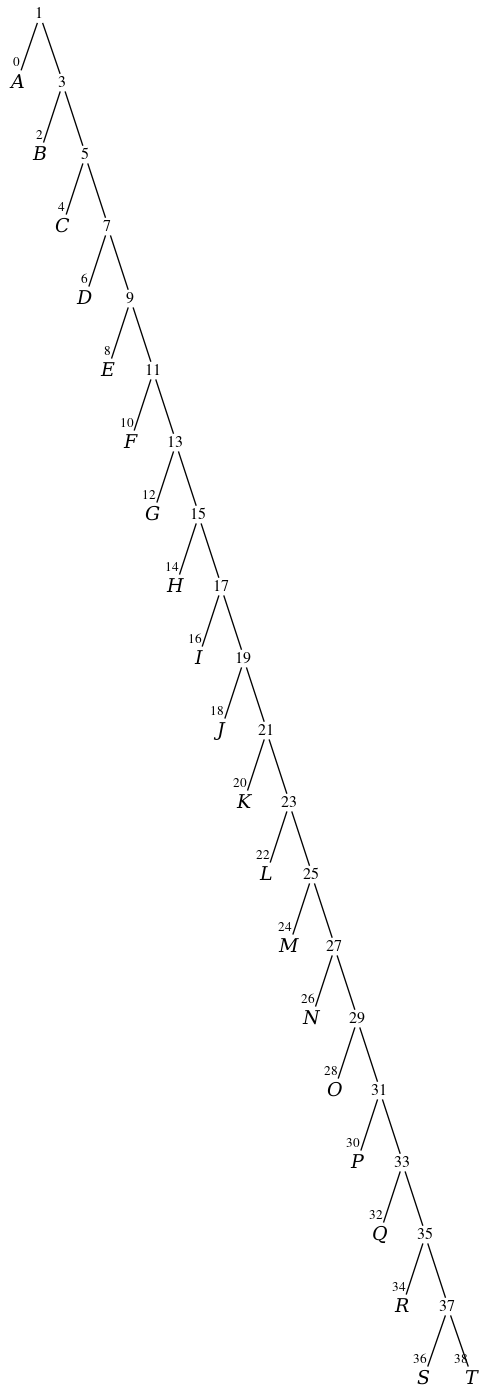
Before: output/vtree1.dot.png, a diagram exported from Graphviz (GijsVliegen/thesis). Its source is kept beside it as output/vtree1.dot. Source of this version:
```dot
digraph vtree {

overlap=false

n1 [label="1",fontname="Times",shape="plaintext",fontsize=12,fixedsize=true,width=.2,height=.18];
n0 [label="A",fontname="Times-Italic",fontsize=14,shape="plaintext",fixedsize=true,width=.25,height=.25];
n3 [label="3",fontname="Times",shape="plaintext",fontsize=12,fixedsize=true,width=.2,height=.18];
n2 [label="B",fontname="Times-Italic",fontsize=14,shape="plaintext",fixedsize=true,width=.25,height=.25];
n5 [label="5",fontname="Times",shape="plaintext",fontsize=12,fixedsize=true,width=.2,height=.18];
n4 [label="C",fontname="Times-Italic",fontsize=14,shape="plaintext",fixedsize=true,width=.25,height=.25];
n7 [label="7",fontname="Times",shape="plaintext",fontsize=12,fixedsize=true,width=.2,height=.18];
n6 [label="D",fontname="Times-Italic",fontsize=14,shape="plaintext",fixedsize=true,width=.25,height=.25];
n9 [label="9",fontname="Times",shape="plaintext",fontsize=12,fixedsize=true,width=.2,height=.18];
n8 [label="E",fontname="Times-Italic",fontsize=14,shape="plaintext",fixedsize=true,width=.25,height=.25];
n11 [label="11",fontname="Times",shape="plaintext",fontsize=12,fixedsize=true,width=.2,height=.18];
n10 [label="F",fontname="Times-Italic",fontsize=14,shape="plaintext",fixedsize=true,width=.25,height=.25];
n13 [label="13",fontname="Times",shape="plaintext",fontsize=12,fixedsize=true,width=.2,height=.18];
n12 [label="G",fontname="Times-Italic",fontsize=14,shape="plaintext",fixedsize=true,width=.25,height=.25];
n15 [label="15",fontname="Times",shape="plaintext",fontsize=12,fixedsize=true,width=.2,height=.18];
n14 [label="H",fontname="Times-Italic",fontsize=14,shape="plaintext",fixedsize=true,width=.25,height=.25];
n17 [label="17",fontname="Times",shape="plaintext",fontsize=12,fixedsize=true,width=.2,height=.18];
n16 [label="I",fontname="Times-Italic",fontsize=14,shape="plaintext",fixedsize=true,width=.25,height=.25];
n19 [label="19",fontname="Times",shape="plaintext",fontsize=12,fixedsize=true,width=.2,height=.18];
n18 [label="J",fontname="Times-Italic",fontsize=14,shape="plaintext",fixedsize=true,width=.25,height=.25];
n21 [label="21",fontname="Times",shape="plaintext",fontsize=12,fixedsize=true,width=.2,height=.18];
n20 [label="K",fontname="Times-Italic",fontsize=14,shape="plaintext",fixedsize=true,width=.25,height=.25];
n23 [label="23",fontname="Times",shape="plaintext",fontsize=12,fixedsize=true,width=.2,height=.18];
n22 [label="L",fontname="Times-Italic",fontsize=14,shape="plaintext",fixedsize=true,width=.25,height=.25];
n25 [label="25",fontname="Times",shape="plaintext",fontsize=12,fixedsize=true,width=.2,height=.18];
n24 [label="M",fontname="Times-Italic",fontsize=14,shape="plaintext",fixedsize=true,width=.25,height=.25];
n27 [label="27",fontname="Times",shape="plaintext",fontsize=12,fixedsize=true,width=.2,height=.18];
n26 [label="N",fontname="Times-Italic",fontsize=14,shape="plaintext",fixedsize=true,width=.25,height=.25];
n29 [label="29",fontname="Times",shape="plaintext",fontsize=12,fixedsize=true,width=.2,height=.18];
n28 [label="O",fontname="Times-Italic",fontsize=14,shape="plaintext",fixedsize=true,width=.25,height=.25];
n31 [label="31",fontname="Times",shape="plaintext",fontsize=12,fixedsize=true,width=.2,height=.18];
n30 [label="P",fontname="Times-Italic",fontsize=14,shape="plaintext",fixedsize=true,width=.25,height=.25];
n33 [label="33",fontname="Times",shape="plaintext",fontsize=12,fixedsize=true,width=.2,height=.18];
n32 [label="Q",fontname="Times-Italic",fontsize=14,shape="plaintext",fixedsize=true,width=.25,height=.25];
n35 [label="35",fontname="Times",shape="plaintext",fontsize=12,fixedsize=true,width=.2,height=.18];
n34 [label="R",fontname="Times-Italic",fontsize=14,shape="plaintext",fixedsize=true,width=.25,height=.25];
n37 [label="37",fontname="Times",shape="plaintext",fontsize=12,fixedsize=true,width=.2,height=.18];
n36 [label="S",fontname="Times-Italic",fontsize=14,shape="plaintext",fixedsize=true,width=.25,height=.25];
n38 [label="T",fontname="Times-Italic",fontsize=14,shape="plaintext",fixedsize=true,width=.25,height=.25];
n1->n0 [headclip=true,arrowhead=none,headlabel="0",labelfontname="Times",labelfontsize=10];
n1->n3 [arrowhead=none];
n3->n2 [headclip=true,arrowhead=none,headlabel="2",labelfontname="Times",labelfontsize=10];
n3->n5 [arrowhead=none];
n5->n4 [headclip=true,arrowhead=none,headlabel="4",labelfontname="Times",labelfontsize=10];
n5->n7 [arrowhead=none];
n7->n6 [headclip=true,arrowhead=none,headlabel="6",labelfontname="Times",labelfontsize=10];
n7->n9 [arrowhead=none];
n9->n8 [headclip=true,arrowhead=none,headlabel="8",labelfontname="Times",labelfontsize=10];
n9->n11 [arrowhead=none];
n11->n10 [headclip=true,arrowhead=none,headlabel="10",labelfontname="Times",labelfontsize=10];
n11->n13 [arrowhead=none];
n13->n12 [headclip=true,arrowhead=none,headlabel="12",labelfontname="Times",labelfontsize=10];
n13->n15 [arrowhead=none];
n15->n14 [headclip=true,arrowhead=none,headlabel="14",labelfontname="Times",labelfontsize=10];
n15->n17 [arrowhead=none];
n17->n16 [headclip=true,arrowhead=none,headlabel="16",labelfontname="Times",labelfontsize=10];
n17->n19 [arrowhead=none];
n19->n18 [headclip=true,arrowhead=none,headlabel="18",labelfontname="Times",labelfontsize=10];
n19->n21 [arrowhead=none];
n21->n20 [headclip=true,arrowhead=none,headlabel="20",labelfontname="Times",labelfontsize=10];
n21->n23 [arrowhead=none];
n23->n22 [headclip=true,arrowhead=none,headlabel="22",labelfontname="Times",labelfontsize=10];
n23->n25 [arrowhead=none];
n25->n24 [headclip=true,arrowhead=none,headlabel="24",labelfontname="Times",labelfontsize=10];
n25->n27 [arrowhead=none];
n27->n26 [headclip=true,arrowhead=none,headlabel="26",labelfontname="Times",labelfontsize=10];
n27->n29 [arrowhead=none];
n29->n28 [headclip=true,arrowhead=none,headlabel="28",labelfontname="Times",labelfontsize=10];
n29->n31 [arrowhead=none];
n31->n30 [headclip=true,arrowhead=none,headlabel="30",labelfontname="Times",labelfontsize=10];
n31->n33 [arrowhead=none];
n33->n32 [headclip=true,arrowhead=none,headlabel="32",labelfontname="Times",labelfontsize=10];
n33->n35 [arrowhead=none];
n35->n34 [headclip=true,arrowhead=none,headlabel="34",labelfontname="Times",labelfontsize=10];
n35->n37 [arrowhead=none];
n37->n36 [headclip=true,arrowhead=none,headlabel="36",labelfontname="Times",labelfontsize=10];
n37->n38 [headclip=true,arrowhead=none,headlabel="38",labelfontname="Times",labelfontsize=10];


}
```
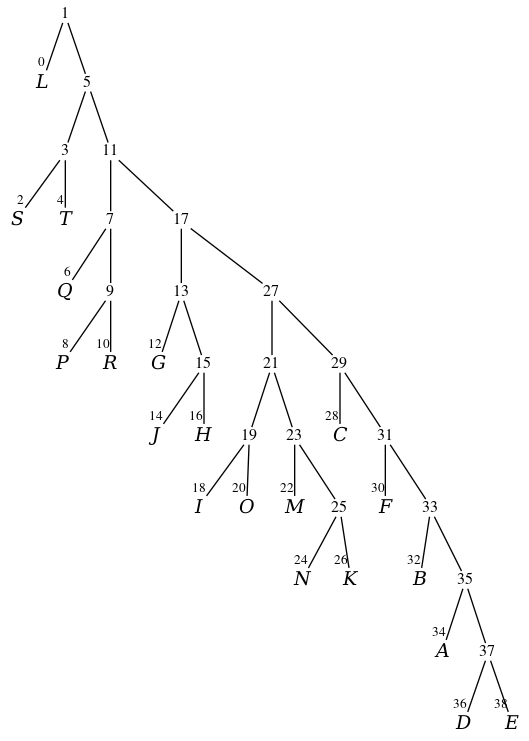
The same diagram one commit later.

The edit, as a diff of the source:
```diff
@@ -2,72 +2,72 @@
 
 overlap=false
 
+n3 [label="3",fontname="Times",shape="plaintext",fontsize=12,fixedsize=true,width=.2,height=.18];
 n1 [label="1",fontname="Times",shape="plaintext",fontsize=12,fixedsize=true,width=.2,height=.18];
 n0 [label="A",fontname="Times-Italic",fontsize=14,shape="plaintext",fixedsize=true,width=.25,height=.25];
-n3 [label="3",fontname="Times",shape="plaintext",fontsize=12,fixedsize=true,width=.2,height=.18];
 n2 [label="B",fontname="Times-Italic",fontsize=14,shape="plaintext",fixedsize=true,width=.25,height=.25];
+n9 [label="9",fontname="Times",shape="plaintext",fontsize=12,fixedsize=true,width=.2,height=.18];
 n5 [label="5",fontname="Times",shape="plaintext",fontsize=12,fixedsize=true,width=.2,height=.18];
-n4 [label="C",fontname="Times-Italic",fontsize=14,shape="plaintext",fixedsize=true,width=.25,height=.25];
+n4 [label="H",fontname="Times-Italic",fontsize=14,shape="plaintext",fixedsize=true,width=.25,height=.25];
 n7 [label="7",fontname="Times",shape="plaintext",fontsize=12,fixedsize=true,width=.2,height=.18];
-n6 [label="D",fontname="Times-Italic",fontsize=14,shape="plaintext",fixedsize=true,width=.25,height=.25];
-n9 [label="9",fontname="Times",shape="plaintext",fontsize=12,fixedsize=true,width=.2,height=.18];
-n8 [label="E",fontname="Times-Italic",fontsize=14,shape="plaintext",fixedsize=true,width=.25,height=.25];
+n6 [label="G",fontname="Times-Italic",fontsize=14,shape="plaintext",fixedsize=true,width=.25,height=.25];
+n8 [label="O",fontname="Times-Italic",fontsize=14,shape="plaintext",fixedsize=true,width=.25,height=.25];
+n15 [label="15",fontname="Times",shape="plaintext",fontsize=12,fixedsize=true,width=.2,height=.18];
 n11 [label="11",fontname="Times",shape="plaintext",fontsize=12,fixedsize=true,width=.2,height=.18];
-n10 [label="F",fontname="Times-Italic",fontsize=14,shape="plaintext",fixedsize=true,width=.25,height=.25];
+n10 [label="C",fontname="Times-Italic",fontsize=14,shape="plaintext",fixedsize=true,width=.25,height=.25];
 n13 [label="13",fontname="Times",shape="plaintext",fontsize=12,fixedsize=true,width=.2,height=.18];
-n12 [label="G",fontname="Times-Italic",fontsize=14,shape="plaintext",fixedsize=true,width=.25,height=.25];
-n15 [label="15",fontname="Times",shape="plaintext",fontsize=12,fixedsize=true,width=.2,height=.18];
-n14 [label="H",fontname="Times-Italic",fontsize=14,shape="plaintext",fixedsize=true,width=.25,height=.25];
+n12 [label="D",fontname="Times-Italic",fontsize=14,shape="plaintext",fixedsize=true,width=.25,height=.25];
+n14 [label="E",fontname="Times-Italic",fontsize=14,shape="plaintext",fixedsize=true,width=.25,height=.25];
+n21 [label="21",fontname="Times",shape="plaintext",fontsize=12,fixedsize=true,width=.2,height=.18];
 n17 [label="17",fontname="Times",shape="plaintext",fontsize=12,fixedsize=true,width=.2,height=.18];
-n16 [label="I",fontname="Times-Italic",fontsize=14,shape="plaintext",fixedsize=true,width=.25,height=.25];
+n16 [label="F",fontname="Times-Italic",fontsize=14,shape="plaintext",fixedsize=true,width=.25,height=.25];
 n19 [label="19",fontname="Times",shape="plaintext",fontsize=12,fixedsize=true,width=.2,height=.18];
-n18 [label="J",fontname="Times-Italic",fontsize=14,shape="plaintext",fixedsize=true,width=.25,height=.25];
-n21 [label="21",fontname="Times",shape="plaintext",fontsize=12,fixedsize=true,width=.2,height=.18];
-n20 [label="K",fontname="Times-Italic",fontsize=14,shape="plaintext",fixedsize=true,width=.25,height=.25];
+n18 [label="I",fontname="Times-Italic",fontsize=14,shape="plaintext",fixedsize=true,width=.25,height=.25];
+n20 [label="J",fontname="Times-Italic",fontsize=14,shape="plaintext",fixedsize=true,width=.25,height=.25];
 n23 [label="23",fontname="Times",shape="plaintext",fontsize=12,fixedsize=true,width=.2,height=.18];
-n22 [label="L",fontname="Times-Italic",fontsize=14,shape="plaintext",fixedsize=true,width=.25,height=.25];
+n22 [label="N",fontname="Times-Italic",fontsize=14,shape="plaintext",fixedsize=true,width=.25,height=.25];
+n27 [label="27",fontname="Times",shape="plaintext",fontsize=12,fixedsize=true,width=.2,height=.18];
 n25 [label="25",fontname="Times",shape="plaintext",fontsize=12,fixedsize=true,width=.2,height=.18];
-n24 [label="M",fontname="Times-Italic",fontsize=14,shape="plaintext",fixedsize=true,width=.25,height=.25];
-n27 [label="27",fontname="Times",shape="plaintext",fontsize=12,fixedsize=true,width=.2,height=.18];
-n26 [label="N",fontname="Times-Italic",fontsize=14,shape="plaintext",fixedsize=true,width=.25,height=.25];
+n24 [label="K",fontname="Times-Italic",fontsize=14,shape="plaintext",fixedsize=true,width=.25,height=.25];
+n26 [label="L",fontname="Times-Italic",fontsize=14,shape="plaintext",fixedsize=true,width=.25,height=.25];
 n29 [label="29",fontname="Times",shape="plaintext",fontsize=12,fixedsize=true,width=.2,height=.18];
-n28 [label="O",fontname="Times-Italic",fontsize=14,shape="plaintext",fixedsize=true,width=.25,height=.25];
+n28 [label="P",fontname="Times-Italic",fontsize=14,shape="plaintext",fixedsize=true,width=.25,height=.25];
 n31 [label="31",fontname="Times",shape="plaintext",fontsize=12,fixedsize=true,width=.2,height=.18];
-n30 [label="P",fontname="Times-Italic",fontsize=14,shape="plaintext",fixedsize=true,width=.25,height=.25];
+n30 [label="M",fontname="Times-Italic",fontsize=14,shape="plaintext",fixedsize=true,width=.25,height=.25];
 n33 [label="33",fontname="Times",shape="plaintext",fontsize=12,fixedsize=true,width=.2,height=.18];
-n32 [label="Q",fontname="Times-Italic",fontsize=14,shape="plaintext",fixedsize=true,width=.25,height=.25];
+n32 [label="S",fontname="Times-Italic",fontsize=14,shape="plaintext",fixedsize=true,width=.25,height=.25];
 n35 [label="35",fontname="Times",shape="plaintext",fontsize=12,fixedsize=true,width=.2,height=.18];
-n34 [label="R",fontname="Times-Italic",fontsize=14,shape="plaintext",fixedsize=true,width=.25,height=.25];
+n34 [label="Q",fontname="Times-Italic",fontsize=14,shape="plaintext",fixedsize=true,width=.25,height=.25];
 n37 [label="37",fontname="Times",shape="plaintext",fontsize=12,fixedsize=true,width=.2,height=.18];
-n36 [label="S",fontname="Times-Italic",fontsize=14,shape="plaintext",fixedsize=true,width=.25,height=.25];
+n36 [label="R",fontname="Times-Italic",fontsize=14,shape="plaintext",fixedsize=true,width=.25,height=.25];
 n38 [label="T",fontname="Times-Italic",fontsize=14,shape="plaintext",fixedsize=true,width=.25,height=.25];
+n3->n1 [arrowhead=none];
 n1->n0 [headclip=true,arrowhead=none,headlabel="0",labelfontname="Times",labelfontsize=10];
-n1->n3 [arrowhead=none];
-n3->n2 [headclip=true,arrowhead=none,headlabel="2",labelfontname="Times",labelfontsize=10];
-n3->n5 [arrowhead=none];
+n1->n2 [headclip=true,arrowhead=none,headlabel="2",labelfontname="Times",labelfontsize=10];
+n3->n9 [arrowhead=none];
+n9->n5 [arrowhead=none];
 n5->n4 [headclip=true,arrowhead=none,headlabel="4",labelfontname="Times",labelfontsize=10];
 n5->n7 [arrowhead=none];
 n7->n6 [headclip=true,arrowhead=none,headlabel="6",labelfontname="Times",labelfontsize=10];
-n7->n9 [arrowhead=none];
-n9->n8 [headclip=true,arrowhead=none,headlabel="8",labelfontname="Times",labelfontsize=10];
-n9->n11 [arrowhead=none];
+n7->n8 [headclip=true,arrowhead=none,headlabel="8",labelfontname="Times",labelfontsize=10];
+n9->n15 [arrowhead=none];
+n15->n11 [arrowhead=none];
 n11->n10 [headclip=true,arrowhead=none,headlabel="10",labelfontname="Times",labelfontsize=10];
 n11->n13 [arrowhead=none];
 n13->n12 [headclip=true,arrowhead=none,headlabel="12",labelfontname="Times",labelfontsize=10];
-n13->n15 [arrowhead=none];
-n15->n14 [headclip=true,arrowhead=none,headlabel="14",labelfontname="Times",labelfontsize=10];
-n15->n17 [arrowhead=none];
+n13->n14 [headclip=true,arrowhead=none,headlabel="14",labelfontname="Times",labelfontsize=10];
+n15->n21 [arrowhead=none];
+n21->n17 [arrowhead=none];
 n17->n16 [headclip=true,arrowhead=none,headlabel="16",labelfontname="Times",labelfontsize=10];
 n17->n19 [arrowhead=none];
 n19->n18 [headclip=true,arrowhead=none,headlabel="18",labelfontname="Times",labelfontsize=10];
-n19->n21 [arrowhead=none];
-n21->n20 [headclip=true,arrowhead=none,headlabel="20",labelfontname="Times",labelfontsize=10];
+n19->n20 [headclip=true,arrowhead=none,headlabel="20",labelfontname="Times",labelfontsize=10];
 n21->n23 [arrowhead=none];
 n23->n22 [headclip=true,arrowhead=none,headlabel="22",labelfontname="Times",labelfontsize=10];
-n23->n25 [arrowhead=none];
+n23->n27 [arrowhead=none];
+n27->n25 [arrowhead=none];
 n25->n24 [headclip=true,arrowhead=none,headlabel="24",labelfontname="Times",labelfontsize=10];
-n25->n27 [arrowhead=none];
-n27->n26 [headclip=true,arrowhead=none,headlabel="26",labelfontname="Times",labelfontsize=10];
+n25->n26 [headclip=true,arrowhead=none,headlabel="26",labelfontname="Times",labelfontsize=10];
 n27->n29 [arrowhead=none];
 n29->n28 [headclip=true,arrowhead=none,headlabel="28",labelfontname="Times",labelfontsize=10];
 n29->n31 [arrowhead=none];
```
